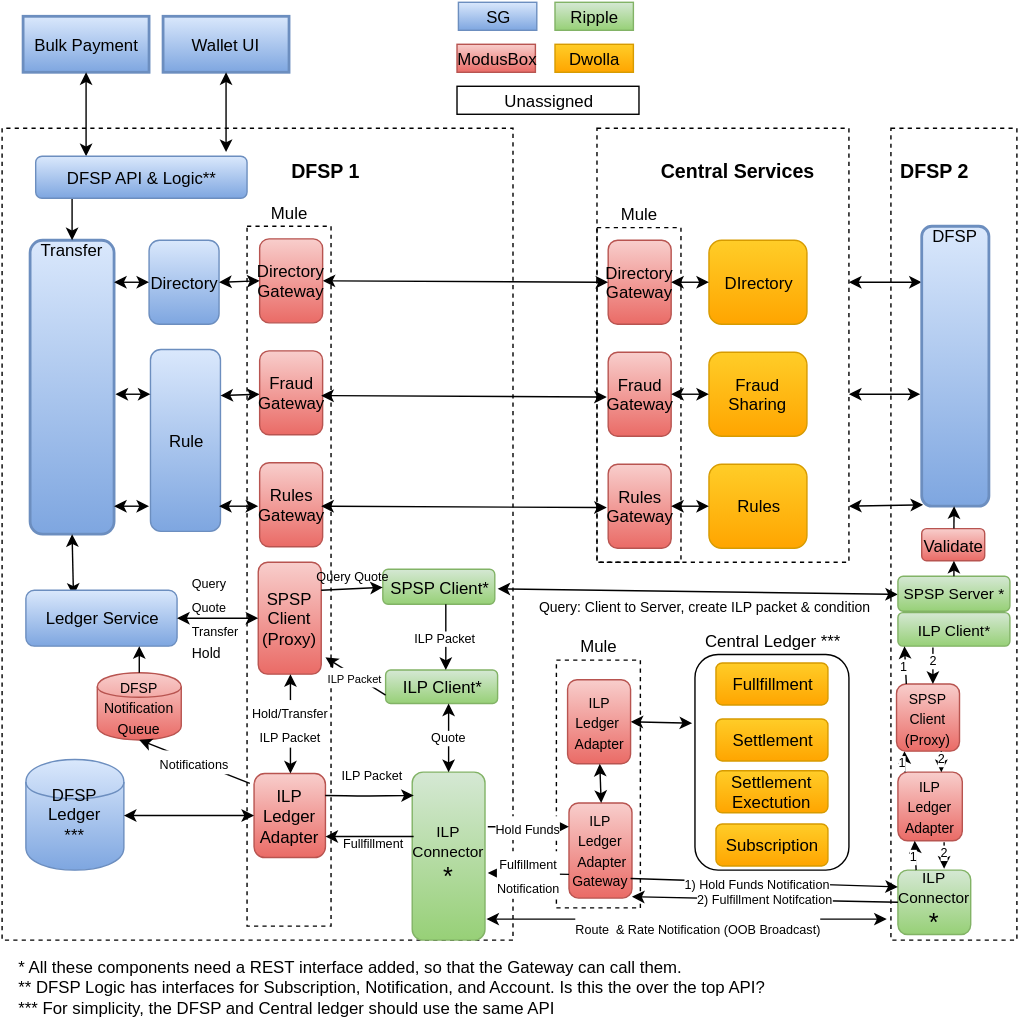
Before: Wiki/Top Level Architecture.svg, a diagram exported from draw.io (maduhu/Documentation). Source tidied: cells renumbered, new cells last; positions are measured from the earlier drawing's top-left corner, leaving out a move shared by most shapes.
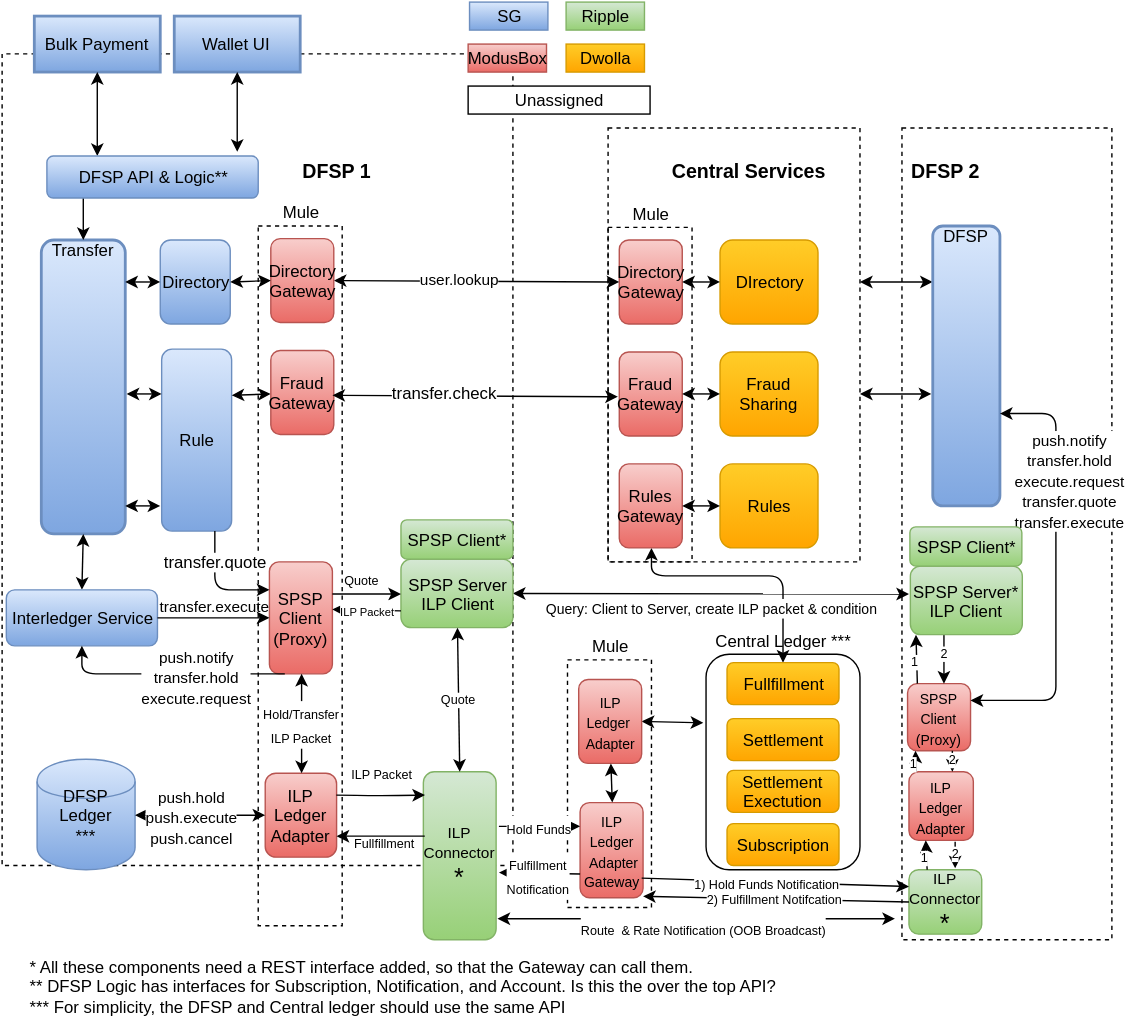
The same file after the commit.

Commit message:
docs: updated top level architecture diagram

Updated the top level architecture diagram, based on the agreement reached during the second convening meeting.

Diff of the diagram source:
```diff
@@ -4,4 +4,12 @@
     <mxCell id="1" parent="0" />
+    <mxCell id="108" style="endArrow=classic;startArrow=classic;html=1;entryX=0.5;entryY=1;exitX=0.5;exitY=0;" parent="1" edge="1" source="49" target="28">
+      <mxGeometry x="124" y="380" as="geometry">
+        <Array as="points">
+          <mxPoint x="550" y="410" />
+          <mxPoint x="456" y="410" />
+        </Array>
+      </mxGeometry>
+    </mxCell>
     <mxCell id="2" style="whiteSpace=wrap;html=1;fillColor=none;dashed=1;labelPosition=center;verticalLabelPosition=top;align=center;verticalAlign=bottom;direction=west;" parent="1" vertex="1">
-      <mxGeometry y="90" width="365" height="580" as="geometry" />
+      <mxGeometry x="-8" y="37" width="365" height="580" as="geometry" />
     </mxCell>
@@ -11,3 +19,3 @@
     <mxCell id="4" style="whiteSpace=wrap;html=1;fillColor=none;dashed=1;labelPosition=center;verticalLabelPosition=middle;align=center;verticalAlign=middle;" parent="1" vertex="1">
-      <mxGeometry x="635" y="90" width="90" height="580" as="geometry" />
+      <mxGeometry x="635" y="90" width="150" height="580" as="geometry" />
     </mxCell>
@@ -19,5 +27,2 @@
     </mxCell>
-    <mxCell id="7" value="Central Ledger ***" style="rounded=1;whiteSpace=wrap;html=1;fillColor=none;strokeColor=#000000;labelPosition=center;verticalLabelPosition=top;align=center;verticalAlign=bottom;" parent="1" vertex="1">
-      <mxGeometry x="495" y="466" width="110" height="154" as="geometry" />
-    </mxCell>
     <mxCell id="8" value="Mule" style="whiteSpace=wrap;html=1;fillColor=none;dashed=1;labelPosition=center;verticalLabelPosition=top;align=center;verticalAlign=bottom;" parent="1" vertex="1">
@@ -31,3 +36,3 @@
     </mxCell>
-    <mxCell id="11" style="endArrow=classic;startArrow=classic;html=1;entryX=0.313;entryY=0.104;exitX=0.5;exitY=1;entryPerimeter=0;" parent="1" edge="1" source="10" target="42">
+    <mxCell id="11" style="endArrow=classic;startArrow=classic;html=1;entryX=0.5;entryY=0;exitX=0.5;exitY=1;" parent="1" edge="1" source="10" target="42">
       <mxGeometry x="110" y="457" as="geometry" />
@@ -76,2 +81,7 @@
     </mxCell>
+    <mxCell id="109" value="&lt;span&gt;&lt;font style=&quot;font-size: 11px&quot;&gt;user.lookup&lt;/font&gt;&lt;/span&gt;" style="text;html=1;align=center;verticalAlign=middle;labelBackgroundColor=#ffffff;" parent="22" vertex="1">
+      <mxGeometry relative="1" as="geometry">
+        <mxPoint x="-12" y="-2" as="offset" />
+      </mxGeometry>
+    </mxCell>
     <mxCell id="23" style="endArrow=classic;startArrow=classic;html=1;entryX=0;entryY=0.5;exitX=1;exitY=0.5;" parent="1" edge="1" source="20" target="18">
@@ -117,8 +127,2 @@
     </mxCell>
-    <mxCell id="34" style="endArrow=classic;startArrow=classic;html=1;entryX=0;entryY=0.5;exitX=1;exitY=0.5;" parent="1" edge="1">
-      <mxGeometry x="125" y="379" as="geometry">
-        <mxPoint x="155" y="360" as="sourcePoint" />
-        <mxPoint x="183" y="360" as="targetPoint" />
-      </mxGeometry>
-    </mxCell>
     <mxCell id="35" value="Central Services" style="text;html=1;align=left;verticalAlign=top;spacingTop=-4;fontStyle=1;fontSize=14;" parent="1" vertex="1">
@@ -135,7 +139,2 @@
     </mxCell>
-    <mxCell id="38" style="endArrow=classic;startArrow=classic;html=1;entryX=0.014;entryY=0.997;entryPerimeter=0;" parent="1" edge="1" target="94">
-      <mxGeometry x="464" y="389" as="geometry">
-        <mxPoint x="605" y="360" as="sourcePoint" />
-      </mxGeometry>
-    </mxCell>
     <mxCell id="39" style="endArrow=classic;startArrow=classic;html=1;entryX=-0.014;entryY=0.6;entryPerimeter=0;" parent="1" edge="1" target="94">
@@ -155,4 +154,4 @@
     </mxCell>
-    <mxCell id="42" value="Ledger Service" style="rounded=1;whiteSpace=wrap;html=1;plain-blue;" parent="1" vertex="1">
-      <mxGeometry x="17" y="420" width="108" height="40" as="geometry" />
+    <mxCell id="42" value="Interledger Service" style="rounded=1;whiteSpace=wrap;html=1;plain-blue;" parent="1" vertex="1">
+      <mxGeometry x="-5" y="420" width="108" height="40" as="geometry" />
     </mxCell>
@@ -176,2 +175,7 @@
     </mxCell>
+    <mxCell id="110" value="&lt;div&gt;&lt;font style=&quot;font-size: 11px&quot;&gt;push.hold&lt;/font&gt;&lt;/div&gt;&lt;div&gt;&lt;font style=&quot;font-size: 11px&quot;&gt;push.execute&lt;/font&gt;&lt;/div&gt;&lt;div&gt;&lt;font style=&quot;font-size: 11px&quot;&gt;push.cancel&lt;/font&gt;&lt;/div&gt;" style="text;html=1;align=center;verticalAlign=middle;labelBackgroundColor=#ffffff;" parent="48" vertex="1">
+      <mxGeometry relative="1" as="geometry">
+        <mxPoint x="-7" as="offset" />
+      </mxGeometry>
+    </mxCell>
     <mxCell id="49" value="Fullfillment" style="rounded=1;whiteSpace=wrap;html=1;plain-orange;" parent="1" vertex="1">
@@ -206,5 +210,5 @@
     </mxCell>
-    <mxCell id="57" style="endArrow=classic;startArrow=classic;html=1;exitX=1;exitY=0.25;entryX=0;entryY=0.5;" parent="1" edge="1" target="88">
+    <mxCell id="57" style="endArrow=classic;startArrow=classic;html=1;entryX=0;entryY=0.5;" parent="1" edge="1" source="83">
       <mxGeometry x="-30" y="549" as="geometry">
-        <mxPoint x="354" y="419" as="sourcePoint" />
+        <mxPoint x="640" y="423" as="targetPoint" />
       </mxGeometry>
@@ -216,3 +220,3 @@
     </mxCell>
-    <mxCell id="59" style="endArrow=classic;startArrow=classic;html=1;exitX=1;exitY=0.5;entryX=0;entryY=0.5;" parent="1" edge="1" source="42" target="37">
+    <mxCell id="59" style="endArrow=classic;startArrow=none;html=1;exitX=1;exitY=0.5;entryX=0;entryY=0.5;startFill=0;" parent="1" edge="1" source="42" target="37">
       <mxGeometry x="207" y="589" as="geometry" />
@@ -225,5 +229,2 @@
     </mxCell>
-    <mxCell id="62" value="Rules Gateway" style="rounded=1;whiteSpace=wrap;html=1;plain-red;" parent="1" vertex="1">
-      <mxGeometry x="184" y="329" width="45" height="60" as="geometry" />
-    </mxCell>
     <mxCell id="63" style="endArrow=classic;startArrow=classic;html=1;entryX=0;entryY=0.5;exitX=1;exitY=0.5;" parent="1" edge="1">
@@ -234,8 +235,7 @@
     </mxCell>
-    <mxCell id="64" style="endArrow=classic;startArrow=classic;html=1;entryX=0;entryY=0.5;exitX=1;exitY=0.5;" parent="1" edge="1">
-      <mxGeometry x="124" y="380" as="geometry">
-        <mxPoint x="228" y="360" as="sourcePoint" />
-        <mxPoint x="432" y="361" as="targetPoint" />
-      </mxGeometry>
-    </mxCell>
+    <mxCell id="111" value="&lt;span&gt;transfer.check&lt;/span&gt;&lt;br&gt;" style="text;html=1;align=center;verticalAlign=middle;labelBackgroundColor=#ffffff;" parent="63" vertex="1">
+      <mxGeometry relative="1" as="geometry">
+        <mxPoint x="-22" y="-3" as="offset" />
+      </mxGeometry>
+    </mxCell>
     <mxCell id="65" style="endArrow=classic;startArrow=classic;html=1;entryX=0;entryY=0.5;exitX=1;exitY=0.5;" parent="1" edge="1" source="19" target="60">
@@ -261,11 +261,12 @@
     </mxCell>
-    <mxCell id="72" value="&lt;font style=&quot;font-size: 10px&quot;&gt;DFSP Notification Queue&lt;/font&gt;" style="shape=cylinder;whiteSpace=wrap;html=1;plain-red;" parent="1" vertex="1">
-      <mxGeometry x="68" y="479" width="60" height="48" as="geometry" />
-    </mxCell>
-    <mxCell id="73" value="&lt;font style=&quot;font-size: 9px&quot;&gt;Notifications&lt;/font&gt;" style="endArrow=classic;html=1;fontSize=14;exitX=-0.059;exitY=0.117;exitPerimeter=0;entryX=0.5;entryY=1;" parent="1" edge="1" source="47" target="72">
-      <mxGeometry relative="1" as="geometry" />
-    </mxCell>
-    <mxCell id="74" style="endArrow=classic;html=1;fontSize=14;exitX=0.5;exitY=0;entryX=0.75;entryY=1;" parent="1" edge="1" source="72" target="42">
-      <mxGeometry relative="1" as="geometry" />
+    <mxCell id="74" style="endArrow=classic;html=1;fontSize=14;exitX=0.25;exitY=1;entryX=0.5;entryY=1;" parent="1" edge="1" source="37" target="42">
+      <mxGeometry relative="1" as="geometry">
+        <Array as="points">
+          <mxPoint x="49" y="480" />
+        </Array>
+      </mxGeometry>
     </mxCell>
+    <mxCell id="112" value="&lt;font style=&quot;font-size: 11px&quot;&gt;push.notify&lt;/font&gt;&lt;div&gt;&lt;font style=&quot;font-size: 11px&quot;&gt;transfer.hold&lt;/font&gt;&lt;/div&gt;&lt;div&gt;&lt;font style=&quot;font-size: 11px&quot;&gt;&lt;span&gt;execute.request&lt;/span&gt;&lt;br&gt;&lt;/font&gt;&lt;/div&gt;" style="text;html=1;align=center;verticalAlign=middle;labelBackgroundColor=#ffffff;" parent="74" vertex="1">
+      <mxGeometry x="-0.24" y="1" relative="1" as="geometry" />
+    </mxCell>
     <mxCell id="75" value="&lt;div&gt;&lt;font style=&quot;font-size: 9px&quot;&gt;Hold/Transfer&lt;/font&gt;&lt;/div&gt;&lt;div&gt;&lt;font style=&quot;font-size: 9px&quot;&gt;ILP Packet&lt;/font&gt;&lt;/div&gt;" style="endArrow=classic;startArrow=classic;html=1;fontSize=14;entryX=0.5;entryY=1;exitX=0.5;exitY=0;" parent="1" edge="1" source="47" target="37">
@@ -273,8 +274,5 @@
     </mxCell>
-    <mxCell id="76" value="&lt;div&gt;&lt;font style=&quot;font-size: 9px&quot;&gt;Query&lt;/font&gt;&lt;/div&gt;&lt;div&gt;&lt;font style=&quot;font-size: 9px&quot;&gt;Quote&lt;/font&gt;&lt;font style=&quot;font-size: 9px&quot;&gt; &lt;/font&gt;&lt;/div&gt;&lt;div&gt;&lt;font style=&quot;font-size: 9px&quot;&gt;Transfer&lt;/font&gt;&lt;/div&gt;&lt;div&gt;&lt;font size=&quot;4&quot; style=&quot;font-size: 10px&quot;&gt;Hold&lt;/font&gt;&lt;/div&gt;" style="text;html=1;align=left;verticalAlign=top;spacingTop=-4;fontSize=14;" parent="1" vertex="1">
-      <mxGeometry x="134" y="403" width="50" height="80" as="geometry" />
+    <mxCell id="76" value="&lt;span&gt;&lt;font style=&quot;font-size: 11px&quot;&gt;transfer.execute&lt;/font&gt;&lt;/span&gt;&lt;br&gt;" style="text;html=1;align=left;verticalAlign=top;spacingTop=-4;fontSize=14;direction=west;" parent="1" vertex="1">
+      <mxGeometry x="103" y="420" width="90" height="20" as="geometry" />
     </mxCell>
-    <mxCell id="77" value="&lt;font style=&quot;font-size: 9px&quot;&gt;Quote&lt;/font&gt;" style="text;html=1;points=[];align=left;verticalAlign=top;spacingTop=-4;fontSize=14;direction=south;" parent="1" vertex="1">
-      <mxGeometry x="303" y="477" width="20" height="40" as="geometry" />
-    </mxCell>
     <mxCell id="78" value="&lt;font style=&quot;font-size: 9px&quot;&gt;ILP Packet&lt;/font&gt;" style="endArrow=classic;html=1;fontSize=14;entryX=0.019;entryY=0.389;entryPerimeter=0;exitX=1;exitY=0.25;" parent="1" edge="1">
@@ -310,23 +308,16 @@
     </mxCell>
-    <mxCell id="83" value="&lt;div&gt;SPSP Client*&lt;/div&gt;" style="rounded=1;whiteSpace=wrap;html=1;fontSize=12;plain-green;" parent="1" vertex="1">
-      <mxGeometry x="272" y="405" width="80" height="25" as="geometry" />
+    <mxCell id="83" value="&lt;div&gt;&lt;span style=&quot;line-height: 1.2&quot;&gt;SPSP Server&lt;/span&gt;&lt;br&gt;&lt;/div&gt;&lt;div&gt;ILP Client&lt;/div&gt;" style="rounded=1;whiteSpace=wrap;html=1;fontSize=12;plain-green;" parent="1" vertex="1">
+      <mxGeometry x="277" y="398" width="80" height="49" as="geometry" />
     </mxCell>
-    <mxCell id="84" value="&lt;div&gt;ILP Client*&lt;/div&gt;" style="rounded=1;whiteSpace=wrap;html=1;fontSize=12;plain-green;" parent="1" vertex="1">
-      <mxGeometry x="274" y="477" width="80" height="24" as="geometry" />
-    </mxCell>
-    <mxCell id="85" style="endArrow=classic;html=1;fontSize=12;entryX=0;entryY=0.5;exitX=1;exitY=0.25;" parent="1" edge="1" source="37" target="83">
-      <mxGeometry relative="1" as="geometry" />
+    <mxCell id="85" style="endArrow=classic;html=1;fontSize=12;entryX=0;entryY=0.5;" parent="1" edge="1" target="83">
+      <mxGeometry relative="1" as="geometry">
+        <mxPoint x="228" y="423" as="sourcePoint" />
+      </mxGeometry>
     </mxCell>
-    <mxCell id="86" value="&lt;font style=&quot;font-size: 8px&quot;&gt;ILP Packet&lt;/font&gt;" style="endArrow=classic;html=1;fontSize=12;exitX=0;exitY=0.75;entryX=1.067;entryY=0.85;entryPerimeter=0;" parent="1" edge="1" source="84" target="37">
+    <mxCell id="86" value="&lt;font style=&quot;font-size: 8px&quot;&gt;ILP Packet&lt;/font&gt;" style="endArrow=classic;html=1;fontSize=12;entryX=1;entryY=0.431;exitX=0;exitY=0.75;entryPerimeter=0;" parent="1" edge="1" source="83" target="37">
       <mxGeometry relative="1" as="geometry" />
     </mxCell>
-    <mxCell id="87" value="&lt;div&gt;&lt;font style=&quot;font-size: 9px&quot;&gt;Query &lt;/font&gt;&lt;font style=&quot;font-size: 9px&quot;&gt;Quote&lt;/font&gt;&lt;/div&gt;" style="text;html=1;align=left;verticalAlign=top;spacingTop=-4;fontSize=12;" parent="1" vertex="1">
-      <mxGeometry x="223" y="400" width="70" height="20" as="geometry" />
+    <mxCell id="87" value="&lt;div&gt;&lt;font style=&quot;font-size: 9px&quot;&gt;Quote&lt;/font&gt;&lt;/div&gt;" style="text;html=1;align=left;verticalAlign=top;spacingTop=-4;fontSize=12;" parent="1" vertex="1">
+      <mxGeometry x="235" y="403" width="40" height="20" as="geometry" />
     </mxCell>
-    <mxCell id="88" value="&lt;div&gt;SPSP Server *&lt;/div&gt;" style="rounded=1;whiteSpace=wrap;html=1;fontSize=11;plain-green;" parent="1" vertex="1">
-      <mxGeometry x="640" y="410" width="80" height="25" as="geometry" />
-    </mxCell>
-    <mxCell id="89" value="&lt;div&gt;ILP Client*&lt;/div&gt;" style="rounded=1;whiteSpace=wrap;html=1;fontSize=11;plain-green;" parent="1" vertex="1">
-      <mxGeometry x="640" y="436" width="80" height="24" as="geometry" />
-    </mxCell>
     <mxCell id="90" value="&lt;div&gt;&lt;font style=&quot;font-size: 11px&quot;&gt;ILP Connector&lt;/font&gt;&lt;/div&gt;&lt;div&gt;&lt;font size=&quot;4&quot;&gt;*&lt;/font&gt;&lt;/div&gt;" style="rounded=1;whiteSpace=wrap;html=1;plain-green;" parent="1" vertex="1">
@@ -340,5 +331,2 @@
     </mxCell>
-    <mxCell id="93" value="Validate" style="rounded=1;whiteSpace=wrap;html=1;plain-red;" parent="1" vertex="1">
-      <mxGeometry x="657" y="376" width="45" height="23" as="geometry" />
-    </mxCell>
     <mxCell id="94" value="DFSP" style="verticalAlign=middle;align=center;overflow=fill;fontSize=12;fontFamily=Helvetica;html=1;rounded=1;fontStyle=0;strokeWidth=2;plain-blue;labelPosition=center;verticalLabelPosition=middle;" parent="1" vertex="1">
@@ -346,8 +334,2 @@
     </mxCell>
-    <mxCell id="95" style="endArrow=classic;html=1;fontSize=11;entryX=0.5;entryY=1;exitX=0.5;exitY=0;" parent="1" edge="1" source="88" target="93">
-      <mxGeometry relative="1" as="geometry" />
-    </mxCell>
-    <mxCell id="96" style="endArrow=classic;html=1;fontSize=11;exitX=0.5;exitY=0;" parent="1" edge="1" source="93" target="94">
-      <mxGeometry x="723" y="345" as="geometry" />
-    </mxCell>
     <mxCell id="97" value="1" style="endArrow=classic;html=1;fontSize=9;exitX=0.25;exitY=0;" parent="1" edge="1" source="90">
@@ -365,5 +347,4 @@
     </mxCell>
-    <mxCell id="99" value="1" style="endArrow=classic;html=1;fontSize=9;entryX=0.25;entryY=1;exitX=0.156;exitY=0.007;exitPerimeter=0;" parent="1" edge="1" source="92">
+    <mxCell id="99" value="1" style="endArrow=classic;html=1;fontSize=9;entryX=0.05;entryY=1;exitX=0.156;exitY=0.007;exitPerimeter=0;entryPerimeter=0;" parent="1" edge="1" source="92" target="115">
       <mxGeometry x="-7" y="-139" as="geometry">
-        <mxPoint x="644.7" y="460" as="targetPoint" />
         <mxPoint x="-1" y="1" as="offset" />
@@ -373,3 +354,3 @@
       <mxGeometry as="geometry">
-        <mxPoint x="665" y="461" as="sourcePoint" />
+        <mxPoint x="665" y="450" as="sourcePoint" />
         <Array as="points">
@@ -403,12 +384,41 @@
     </mxCell>
-    <mxCell id="106" value="ILP Packet" style="endArrow=classic;html=1;fontSize=9;entryX=0;entryY=0.3;entryPerimeter=0;" parent="1" edge="1" target="77">
-      <mxGeometry relative="1" as="geometry">
-        <mxPoint x="317" y="430" as="sourcePoint" />
-      </mxGeometry>
-    </mxCell>
-    <mxCell id="107" value="Quote" style="endArrow=classic;startArrow=classic;html=1;fontSize=9;exitX=0.5;exitY=0;" parent="1" edge="1" source="66">
-      <mxGeometry relative="1" as="geometry">
-        <mxPoint x="319" y="501" as="targetPoint" />
-      </mxGeometry>
+    <mxCell id="107" value="Quote" style="endArrow=classic;startArrow=classic;html=1;fontSize=9;exitX=0.5;exitY=0;" parent="1" edge="1" source="66" target="83">
+      <mxGeometry relative="1" as="geometry" />
     </mxCell>
+    <mxCell id="113" value="&lt;span&gt;&lt;font style=&quot;font-size: 12px&quot;&gt;transfer.quote&lt;/font&gt;&lt;/span&gt;&lt;br&gt;" style="endArrow=classic;html=1;fontSize=12;entryX=0;entryY=0.25;exitX=0.75;exitY=1;" parent="1" edge="1" source="30" target="37">
+      <mxGeometry as="geometry">
+        <Array as="points">
+          <mxPoint x="144" y="420" />
+        </Array>
+        <mxPoint x="-19" y="1" as="offset" />
+      </mxGeometry>
+    </mxCell>
+    <mxCell id="114" style="edgeStyle=orthogonalEdgeStyle;rounded=0;html=1;exitX=1;exitY=0.75;entryX=1;entryY=0.75;jettySize=auto;orthogonalLoop=1;" parent="1" edge="1" source="4" target="4">
+      <mxGeometry relative="1" as="geometry" />
+    </mxCell>
+    <mxCell id="115" value="&lt;div&gt;&lt;span style=&quot;line-height: 1.2&quot;&gt;SPSP Server*&lt;/span&gt;&lt;br&gt;&lt;/div&gt;&lt;div&gt;ILP Client&lt;/div&gt;" style="rounded=1;whiteSpace=wrap;html=1;fontSize=12;plain-green;" parent="1" vertex="1">
+      <mxGeometry x="641" y="403" width="80" height="49" as="geometry" />
+    </mxCell>
+    <mxCell id="116" style="endArrow=classic;startArrow=classic;html=1;exitX=1;exitY=0.25;entryX=1;entryY=0.67;entryPerimeter=0;startFill=1;" parent="1" edge="1" source="92" target="94">
+      <mxGeometry x="134" y="390" as="geometry">
+        <Array as="points">
+          <mxPoint x="745" y="499" />
+          <mxPoint x="745" y="294" />
+        </Array>
+      </mxGeometry>
+    </mxCell>
+    <mxCell id="117" value="&lt;font style=&quot;font-size: 11px&quot;&gt;push.notify&lt;/font&gt;&lt;div&gt;&lt;font style=&quot;font-size: 11px&quot;&gt;transfer.hold&lt;/font&gt;&lt;/div&gt;&lt;div&gt;&lt;font style=&quot;font-size: 11px&quot;&gt;execute.request&lt;/font&gt;&lt;/div&gt;&lt;div&gt;&lt;font style=&quot;font-size: 11px&quot;&gt;&lt;span&gt;transfer.quote&lt;/span&gt;&lt;br&gt;&lt;/font&gt;&lt;/div&gt;&lt;div&gt;&lt;font style=&quot;font-size: 11px&quot;&gt;&lt;span&gt;transfer.execute&lt;/span&gt;&lt;span&gt;&lt;br&gt;&lt;/span&gt;&lt;/font&gt;&lt;/div&gt;" style="text;html=1;align=center;verticalAlign=middle;labelBackgroundColor=#ffffff;" parent="116" vertex="1">
+      <mxGeometry relative="1" as="geometry">
+        <mxPoint x="10" y="-67" as="offset" />
+      </mxGeometry>
+    </mxCell>
+    <mxCell id="118" value="&lt;div&gt;SPSP Client*&lt;/div&gt;" style="rounded=1;whiteSpace=wrap;html=1;fontSize=12;plain-green;" parent="1" vertex="1">
+      <mxGeometry x="277" y="370" width="80" height="28" as="geometry" />
+    </mxCell>
+    <mxCell id="119" value="&lt;div&gt;SPSP Client*&lt;/div&gt;" style="rounded=1;whiteSpace=wrap;html=1;fontSize=12;plain-green;" parent="1" vertex="1">
+      <mxGeometry x="640.7" y="375" width="80" height="28" as="geometry" />
+    </mxCell>
+    <mxCell id="7" value="Central Ledger ***" style="rounded=1;whiteSpace=wrap;html=1;fillColor=none;strokeColor=#000000;labelPosition=center;verticalLabelPosition=top;align=center;verticalAlign=bottom;" parent="1" vertex="1">
+      <mxGeometry x="495" y="466" width="110" height="154" as="geometry" />
+    </mxCell>
   </root>
```
